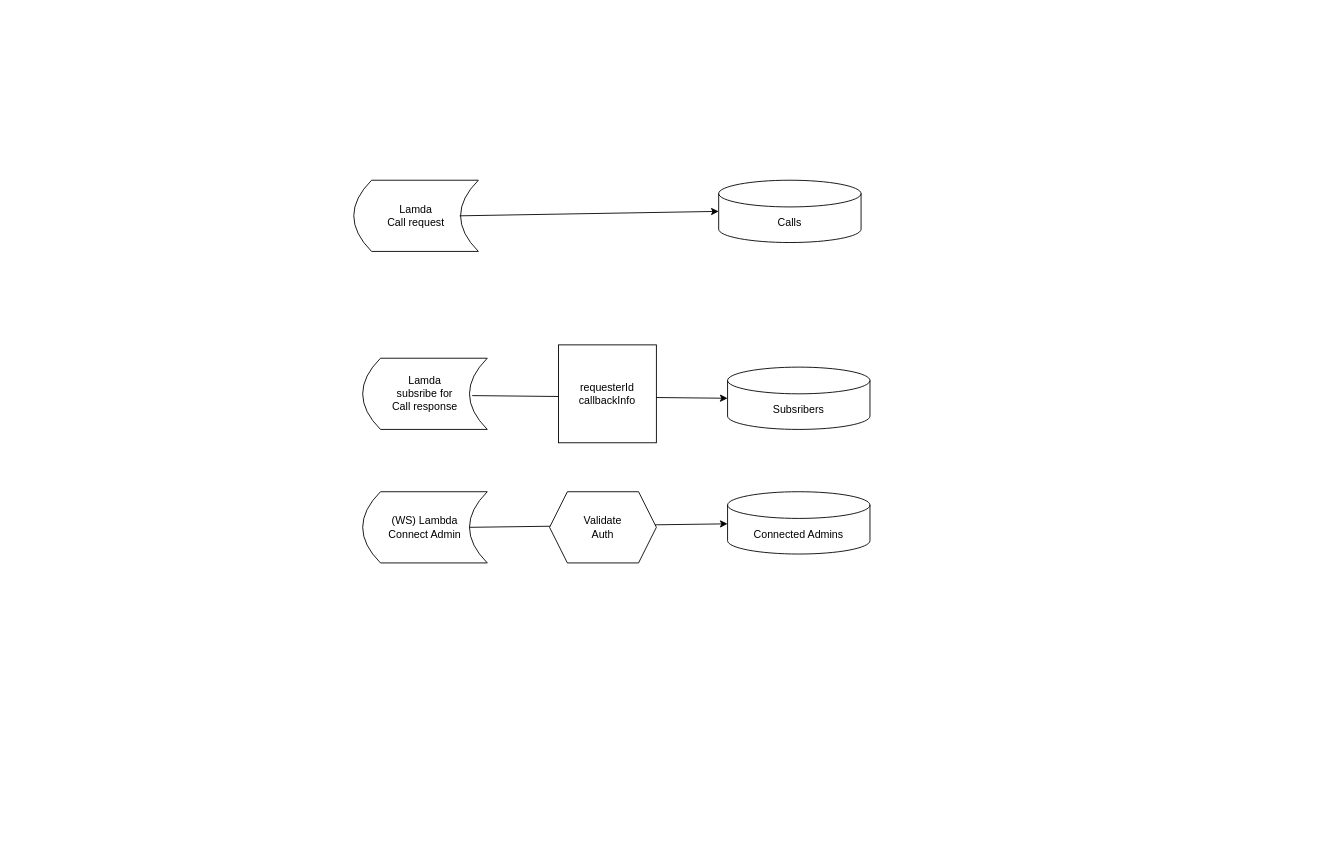
Earlier version of the draw.io diagram CallArchitecture.drawio (magistrser/drawio). Source tidied: cells renumbered, new cells numbered last; positions are measured from the earlier drawing's top-left corner, leaving out a move shared by most shapes. Both pictures are drawn from the tidied source at 89%, with x=0, y=0 at pixel (353, 180).
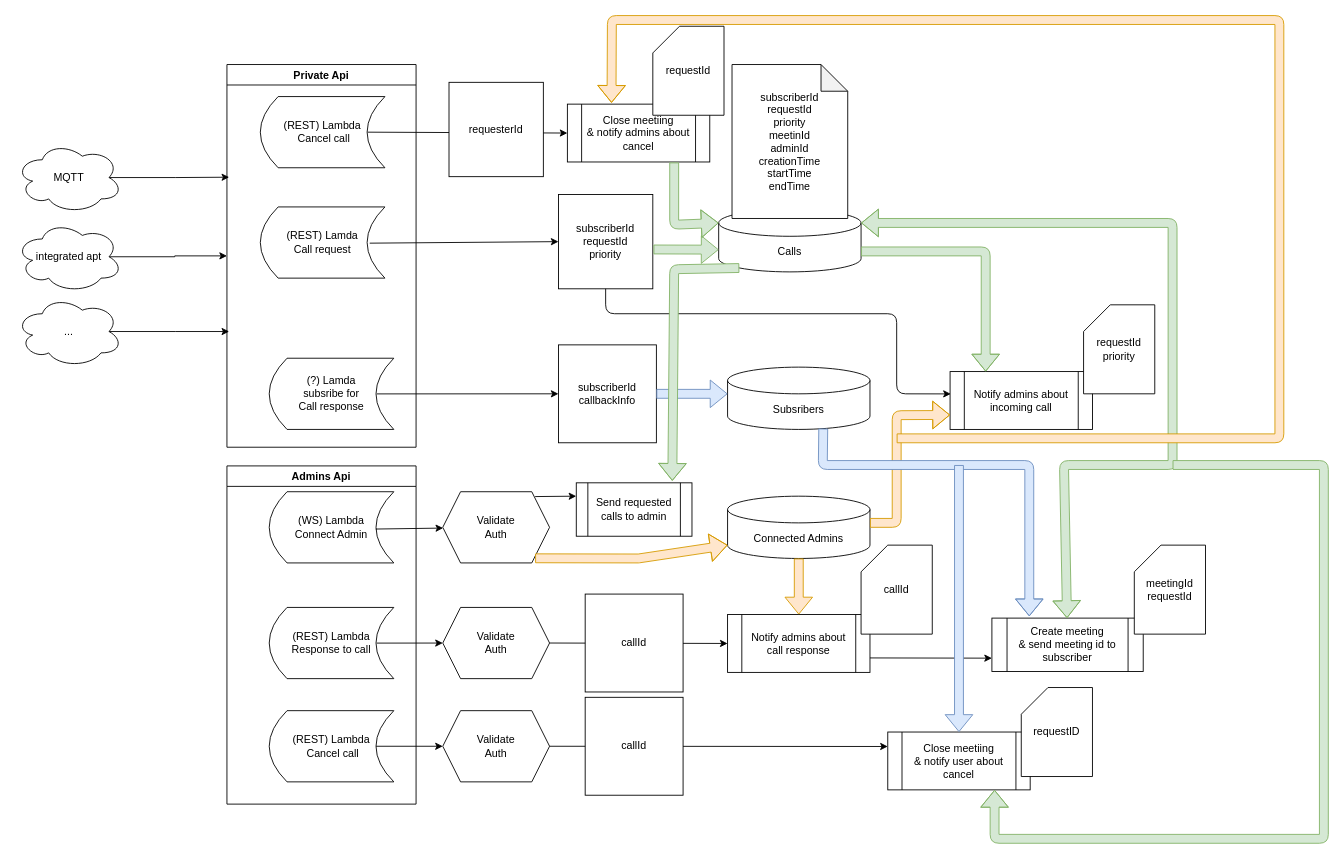
The same page after the edit.

Unchanged cells that the change refers to:
```xml
<mxCell id="3" value="Subsribers" style="shape=cylinder3;whiteSpace=wrap;html=1;boundedLbl=1;backgroundOutline=1;size=15;" parent="1" vertex="1">
  <mxGeometry x="420" y="210" width="160" height="70" as="geometry" />
</mxCell>
```

What changed in the source:
```diff
@@
     <mxCell id="2" value="Connected Admins" style="shape=cylinder3;whiteSpace=wrap;html=1;boundedLbl=1;backgroundOutline=1;size=15;" parent="1" vertex="1">
-      <mxGeometry x="420" y="350" width="160" height="70" as="geometry" />
+      <mxGeometry x="420" y="355" width="160" height="70" as="geometry" />
     </mxCell>
@@
     <mxCell id="4" value="Calls" style="shape=cylinder3;whiteSpace=wrap;html=1;boundedLbl=1;backgroundOutline=1;size=15;" parent="1" vertex="1">
-      <mxGeometry x="410" width="160" height="70" as="geometry" />
+      <mxGeometry x="410" y="33" width="160" height="70" as="geometry" />
     </mxCell>
     <mxCell id="5" value="(WS) Lambda&lt;br&gt;Connect Admin" style="shape=dataStorage;whiteSpace=wrap;html=1;fixedSize=1;" parent="1" vertex="1">
-      <mxGeometry x="10" y="350" width="140" height="80" as="geometry" />
+      <mxGeometry x="-95" y="350" width="140" height="80" as="geometry" />
     </mxCell>
-    <mxCell id="6" style="endArrow=classic;html=1;" parent="1" edge="1" target="2">
-      <mxGeometry relative="1" as="geometry">
-        <mxPoint x="130" y="390" as="sourcePoint" />
-      </mxGeometry>
-    </mxCell>
-    <mxCell id="7" value="Lamda&lt;br&gt;subsribe for&lt;br&gt;Call response" style="shape=dataStorage;whiteSpace=wrap;html=1;fixedSize=1;" parent="1" vertex="1">
-      <mxGeometry x="10" y="200" width="140" height="80" as="geometry" />
+    <mxCell id="7" value="(?) Lamda&lt;br&gt;subsribe for&lt;br&gt;Call response" style="shape=dataStorage;whiteSpace=wrap;html=1;fixedSize=1;" parent="1" vertex="1">
+      <mxGeometry x="-95" y="200" width="140" height="80" as="geometry" />
     </mxCell>
-    <mxCell id="8" style="endArrow=classic;html=1;exitX=0.879;exitY=0.525;exitDx=0;exitDy=0;exitPerimeter=0;entryX=0;entryY=0.5;entryDx=0;entryDy=0;entryPerimeter=0;" parent="1" edge="1" source="7" target="3">
-      <mxGeometry relative="1" as="geometry" />
-    </mxCell>
-    <mxCell id="9" value="requesterId&lt;br&gt;callbackInfo" style="whiteSpace=wrap;html=1;" parent="1" vertex="1">
+    <mxCell id="9" value="subscriberId&lt;br&gt;callbackInfo" style="whiteSpace=wrap;html=1;" parent="1" vertex="1">
       <mxGeometry x="230" y="185" width="110" height="110" as="geometry" />
     </mxCell>
     <mxCell id="10" value="Validate&lt;br&gt;Auth" style="shape=hexagon;perimeter=hexagonPerimeter2;whiteSpace=wrap;html=1;fixedSize=1;" parent="1" vertex="1">
-      <mxGeometry x="220" y="350" width="120" height="80" as="geometry" />
+      <mxGeometry x="100" y="350" width="120" height="80" as="geometry" />
     </mxCell>
-    <mxCell id="11" value="Lamda&lt;br&gt;Call request" style="shape=dataStorage;whiteSpace=wrap;html=1;fixedSize=1;" parent="1" vertex="1">
-      <mxGeometry width="140" height="80" as="geometry" />
+    <mxCell id="11" value="(REST) Lamda&lt;br&gt;Call request" style="shape=dataStorage;whiteSpace=wrap;html=1;fixedSize=1;" parent="1" vertex="1">
+      <mxGeometry x="-105" y="30" width="140" height="80" as="geometry" />
     </mxCell>
-    <mxCell id="12" style="endArrow=classic;html=1;entryX=0;entryY=0.5;entryDx=0;entryDy=0;entryPerimeter=0;exitX=0.85;exitY=0.5;exitDx=0;exitDy=0;exitPerimeter=0;" parent="1" edge="1" source="11" target="4">
-      <mxGeometry relative="1" as="geometry" />
-    </mxCell>
+    <mxCell id="13" value="Private Api" style="swimlane;" parent="1" vertex="1">
+      <mxGeometry x="-142.5" y="-130" width="212.5" height="430" as="geometry" />
+    </mxCell>
+    <mxCell id="14" value="(REST) Lambda&lt;br&gt;&amp;nbsp;Cancel call" style="shape=dataStorage;whiteSpace=wrap;html=1;fixedSize=1;" parent="13" vertex="1">
+      <mxGeometry x="37.5" y="36" width="140" height="80" as="geometry" />
+    </mxCell>
+    <mxCell id="15" value="subscriberId&lt;br&gt;requestId&lt;br&gt;priority" style="whiteSpace=wrap;html=1;" parent="1" vertex="1">
+      <mxGeometry x="230" y="16" width="106" height="106" as="geometry" />
+    </mxCell>
+    <mxCell id="16" value="Notify admins about incoming call" style="shape=process;whiteSpace=wrap;html=1;backgroundOutline=1;fillColor=#ffffff;" parent="1" vertex="1">
+      <mxGeometry x="670" y="215" width="160" height="65" as="geometry" />
+    </mxCell>
+    <mxCell id="17" style="endArrow=classic;html=1;entryX=0.005;entryY=0.386;entryDx=0;entryDy=0;exitX=0.5;exitY=1;exitDx=0;exitDy=0;entryPerimeter=0;" parent="1" edge="1" target="16">
+      <mxGeometry relative="1" as="geometry">
+        <mxPoint x="283" y="122" as="sourcePoint" />
+        <Array as="points">
+          <mxPoint x="283" y="150" />
+          <mxPoint x="610" y="150" />
+          <mxPoint x="610" y="240" />
+        </Array>
+      </mxGeometry>
+    </mxCell>
+    <mxCell id="18" style="shape=flexArrow;endArrow=classic;html=1;entryX=0;entryY=0.75;entryDx=0;entryDy=0;fillColor=#ffe6cc;strokeColor=#d79b00;" parent="1" edge="1" target="16">
+      <mxGeometry relative="1" as="geometry">
+        <mxPoint x="580" y="385" as="sourcePoint" />
+        <Array as="points">
+          <mxPoint x="610" y="385" />
+          <mxPoint x="610" y="264" />
+        </Array>
+      </mxGeometry>
+    </mxCell>
+    <mxCell id="19" value="(REST) Lambda&lt;br&gt;Response to call" style="shape=dataStorage;whiteSpace=wrap;html=1;fixedSize=1;" parent="1" vertex="1">
+      <mxGeometry x="-95" y="480" width="140" height="80" as="geometry" />
+    </mxCell>
+    <mxCell id="20" value="Validate&lt;br&gt;Auth" style="shape=hexagon;perimeter=hexagonPerimeter2;whiteSpace=wrap;html=1;fixedSize=1;" parent="1" vertex="1">
+      <mxGeometry x="100" y="480" width="120" height="80" as="geometry" />
+    </mxCell>
+    <mxCell id="21" style="shape=flexArrow;endArrow=classic;html=1;exitX=1;exitY=0.5;exitDx=0;exitDy=0;fillColor=#dae8fc;strokeColor=#6c8ebf;" parent="1" edge="1" source="9">
+      <mxGeometry relative="1" as="geometry">
+        <mxPoint x="420" y="240" as="targetPoint" />
+      </mxGeometry>
+    </mxCell>
+    <mxCell id="22" style="endArrow=classic;html=1;exitX=0.863;exitY=0.501;exitDx=0;exitDy=0;exitPerimeter=0;entryX=0;entryY=0.5;entryDx=0;entryDy=0;" parent="1" edge="1" source="7" target="9">
+      <mxGeometry relative="1" as="geometry" />
+    </mxCell>
+    <mxCell id="23" style="endArrow=classic;html=1;entryX=0;entryY=0.5;entryDx=0;entryDy=0;exitX=0.878;exitY=0.509;exitDx=0;exitDy=0;exitPerimeter=0;" parent="1" edge="1" source="11" target="15">
+      <mxGeometry relative="1" as="geometry" />
+    </mxCell>
+    <mxCell id="24" style="endArrow=classic;html=1;exitX=0.855;exitY=0.524;exitDx=0;exitDy=0;exitPerimeter=0;" parent="1" edge="1" source="5" target="10">
+      <mxGeometry relative="1" as="geometry" />
+    </mxCell>
+    <mxCell id="25" style="shape=flexArrow;endArrow=classic;html=1;exitX=0.865;exitY=0.935;exitDx=0;exitDy=0;entryX=0;entryY=1;entryDx=0;entryDy=-15;entryPerimeter=0;fillColor=#ffe6cc;strokeColor=#d79b00;exitPerimeter=0;" parent="1" edge="1" source="10" target="2">
+      <mxGeometry relative="1" as="geometry">
+        <Array as="points">
+          <mxPoint x="320" y="425" />
+        </Array>
+      </mxGeometry>
+    </mxCell>
+    <mxCell id="26" style="endArrow=classic;html=1;exitX=0.863;exitY=0.501;exitDx=0;exitDy=0;exitPerimeter=0;" parent="1" edge="1" source="19" target="20">
+      <mxGeometry relative="1" as="geometry" />
+    </mxCell>
+    <mxCell id="27" value="Notify admins about call response" style="shape=process;whiteSpace=wrap;html=1;backgroundOutline=1;fillColor=#ffffff;" parent="1" vertex="1">
+      <mxGeometry x="420" y="488" width="160" height="65" as="geometry" />
+    </mxCell>
+    <mxCell id="28" style="shape=flexArrow;endArrow=classic;html=1;entryX=0.5;entryY=0;entryDx=0;entryDy=0;exitX=0.5;exitY=1;exitDx=0;exitDy=0;exitPerimeter=0;fillColor=#ffe6cc;strokeColor=#d79b00;" parent="1" edge="1" source="2" target="27">
+      <mxGeometry relative="1" as="geometry" />
+    </mxCell>
+    <mxCell id="29" style="endArrow=classic;html=1;exitX=1;exitY=0.5;exitDx=0;exitDy=0;entryX=0;entryY=0.5;entryDx=0;entryDy=0;" parent="1" edge="1" source="20" target="27">
+      <mxGeometry relative="1" as="geometry" />
+    </mxCell>
+    <mxCell id="30" style="shape=flexArrow;endArrow=classic;html=1;entryX=0;entryY=0;entryDx=0;entryDy=45;entryPerimeter=0;exitX=1.007;exitY=0.583;exitDx=0;exitDy=0;exitPerimeter=0;fillColor=#d5e8d4;strokeColor=#82b366;" parent="1" edge="1" source="15" target="4">
+      <mxGeometry relative="1" as="geometry" />
+    </mxCell>
+    <mxCell id="31" value="requestId&lt;br&gt;priority" style="shape=card;whiteSpace=wrap;html=1;fillColor=#ffffff;" parent="1" vertex="1">
+      <mxGeometry x="820" y="140" width="80" height="100" as="geometry" />
+    </mxCell>
+    <mxCell id="32" value="callId" style="shape=card;whiteSpace=wrap;html=1;fillColor=#ffffff;" parent="1" vertex="1">
+      <mxGeometry x="570" y="410" width="80" height="100" as="geometry" />
+    </mxCell>
+    <mxCell id="33" style="shape=flexArrow;endArrow=classic;html=1;entryX=0.25;entryY=0;entryDx=0;entryDy=0;fillColor=#d5e8d4;strokeColor=#82b366;" parent="1" edge="1" target="16">
+      <mxGeometry relative="1" as="geometry">
+        <mxPoint x="570" y="80" as="sourcePoint" />
+        <Array as="points">
+          <mxPoint x="710" y="80" />
+        </Array>
+      </mxGeometry>
+    </mxCell>
+    <mxCell id="34" value="Create meeting&lt;br&gt;&amp;amp; send meeting id to subscriber" style="shape=process;whiteSpace=wrap;html=1;backgroundOutline=1;fillColor=#ffffff;" parent="1" vertex="1">
+      <mxGeometry x="717" y="492" width="170" height="60" as="geometry" />
+    </mxCell>
+    <mxCell id="35" value="callId" style="whiteSpace=wrap;html=1;" parent="1" vertex="1">
+      <mxGeometry x="260" y="465" width="110" height="110" as="geometry" />
+    </mxCell>
+    <mxCell id="36" style="endArrow=classic;html=1;exitX=1;exitY=0.75;exitDx=0;exitDy=0;entryX=0;entryY=0.75;entryDx=0;entryDy=0;" parent="1" edge="1" source="27" target="34">
+      <mxGeometry relative="1" as="geometry" />
+    </mxCell>
+    <mxCell id="37" style="shape=flexArrow;endArrow=classic;startArrow=classic;html=1;entryX=1;entryY=0;entryDx=0;entryDy=15;entryPerimeter=0;fillColor=#d5e8d4;strokeColor=#82b366;" parent="1" edge="1" source="34" target="4">
+      <mxGeometry relative="1" as="geometry">
+        <Array as="points">
+          <mxPoint x="798" y="320" />
+          <mxPoint x="920" y="320" />
+          <mxPoint x="920" y="48" />
+        </Array>
+      </mxGeometry>
+    </mxCell>
+    <mxCell id="38" style="shape=flexArrow;endArrow=classic;html=1;exitX=0.678;exitY=0.985;exitDx=0;exitDy=0;exitPerimeter=0;fillColor=#dae8fc;strokeColor=#6c8ebf;" parent="1" edge="1">
+      <mxGeometry relative="1" as="geometry">
+        <mxPoint x="527.5" y="279" as="sourcePoint" />
+        <mxPoint x="759" y="490" as="targetPoint" />
+        <Array as="points">
+          <mxPoint x="527" y="320" />
+          <mxPoint x="759" y="320" />
+        </Array>
+      </mxGeometry>
+    </mxCell>
+    <mxCell id="39" value="subscriberId&lt;br&gt;requestId&lt;br&gt;priority&lt;br&gt;meetinId&lt;br&gt;adminId&lt;br&gt;creationTime&lt;br&gt;startTime&lt;br&gt;endTime" style="shape=note;whiteSpace=wrap;html=1;backgroundOutline=1;darkOpacity=0.05;fillColor=#ffffff;" parent="1" vertex="1">
+      <mxGeometry x="425" y="-130" width="130" height="173" as="geometry" />
+    </mxCell>
+    <mxCell id="40" value="meetingId&lt;br&gt;requestId" style="shape=card;whiteSpace=wrap;html=1;fillColor=#ffffff;" parent="1" vertex="1">
+      <mxGeometry x="877" y="410" width="80" height="100" as="geometry" />
+    </mxCell>
+    <mxCell id="41" value="Close meetiing&lt;br&gt;&amp;amp; notify user about&lt;br&gt;cancel" style="shape=process;whiteSpace=wrap;html=1;backgroundOutline=1;fillColor=#ffffff;" parent="1" vertex="1">
+      <mxGeometry x="600" y="620" width="160" height="65" as="geometry" />
+    </mxCell>
+    <mxCell id="42" value="Admins Api" style="swimlane;fillColor=#ffffff;" parent="1" vertex="1">
+      <mxGeometry x="-142.5" y="321" width="212.5" height="380" as="geometry" />
+    </mxCell>
+    <mxCell id="43" value="(REST) Lambda&lt;br&gt;&amp;nbsp;Cancel call" style="shape=dataStorage;whiteSpace=wrap;html=1;fixedSize=1;" parent="42" vertex="1">
+      <mxGeometry x="47.5" y="275" width="140" height="80" as="geometry" />
+    </mxCell>
+    <mxCell id="44" style="endArrow=classic;html=1;entryX=0;entryY=0.5;entryDx=0;entryDy=0;" parent="1" edge="1" target="47">
+      <mxGeometry relative="1" as="geometry">
+        <mxPoint x="25" y="636" as="sourcePoint" />
+      </mxGeometry>
+    </mxCell>
+    <mxCell id="45" style="shape=flexArrow;endArrow=classic;html=1;entryX=0.5;entryY=0;entryDx=0;entryDy=0;fillColor=#dae8fc;strokeColor=#6c8ebf;" parent="1" edge="1" target="41">
+      <mxGeometry relative="1" as="geometry">
+        <mxPoint x="680" y="320" as="sourcePoint" />
+      </mxGeometry>
+    </mxCell>
+    <mxCell id="46" value="requestID" style="shape=card;whiteSpace=wrap;html=1;fillColor=#ffffff;" parent="1" vertex="1">
+      <mxGeometry x="750" y="570" width="80" height="100" as="geometry" />
+    </mxCell>
+    <mxCell id="47" value="Validate&lt;br&gt;Auth" style="shape=hexagon;perimeter=hexagonPerimeter2;whiteSpace=wrap;html=1;fixedSize=1;" parent="1" vertex="1">
+      <mxGeometry x="100" y="596" width="120" height="80" as="geometry" />
+    </mxCell>
+    <mxCell id="48" style="endArrow=classic;html=1;exitX=1;exitY=0.5;exitDx=0;exitDy=0;entryX=0;entryY=0.25;entryDx=0;entryDy=0;" parent="1" edge="1" source="47" target="41">
+      <mxGeometry relative="1" as="geometry" />
+    </mxCell>
+    <mxCell id="49" value="callId" style="whiteSpace=wrap;html=1;" parent="1" vertex="1">
+      <mxGeometry x="260" y="581" width="110" height="110" as="geometry" />
+    </mxCell>
+    <mxCell id="50" style="shape=flexArrow;endArrow=classic;html=1;entryX=0.75;entryY=1;entryDx=0;entryDy=0;fillColor=#d5e8d4;strokeColor=#82b366;" parent="1" edge="1" target="41">
+      <mxGeometry relative="1" as="geometry">
+        <mxPoint x="920" y="320" as="sourcePoint" />
+        <Array as="points">
+          <mxPoint x="1090" y="320" />
+          <mxPoint x="1090" y="740" />
+          <mxPoint x="720" y="740" />
+        </Array>
+      </mxGeometry>
+    </mxCell>
+    <mxCell id="51" style="endArrow=classic;html=1;exitX=0.861;exitY=0.5;exitDx=0;exitDy=0;exitPerimeter=0;entryX=0;entryY=0.5;entryDx=0;entryDy=0;" parent="1" edge="1" source="14" target="52">
+      <mxGeometry relative="1" as="geometry" />
+    </mxCell>
+    <mxCell id="52" value="Close meetiing&lt;br&gt;&amp;amp; notify admins about&lt;br&gt;cancel" style="shape=process;whiteSpace=wrap;html=1;backgroundOutline=1;fillColor=#ffffff;" parent="1" vertex="1">
+      <mxGeometry x="240" y="-85.5" width="160" height="65" as="geometry" />
+    </mxCell>
+    <mxCell id="53" value="requesterId" style="whiteSpace=wrap;html=1;" parent="1" vertex="1">
+      <mxGeometry x="107" y="-110" width="106" height="106" as="geometry" />
+    </mxCell>
+    <mxCell id="54" style="shape=flexArrow;endArrow=classic;html=1;entryX=0;entryY=0;entryDx=0;entryDy=15;entryPerimeter=0;fillColor=#d5e8d4;strokeColor=#82b366;" parent="1" edge="1" target="4">
+      <mxGeometry relative="1" as="geometry">
+        <mxPoint x="360" y="-20" as="sourcePoint" />
+        <Array as="points">
+          <mxPoint x="360" y="50" />
+        </Array>
+      </mxGeometry>
+    </mxCell>
+    <mxCell id="55" style="shape=flexArrow;endArrow=classic;html=1;entryX=0.31;entryY=-0.022;entryDx=0;entryDy=0;entryPerimeter=0;fillColor=#ffe6cc;strokeColor=#d79b00;" parent="1" edge="1" target="52">
+      <mxGeometry relative="1" as="geometry">
+        <mxPoint x="610" y="290" as="sourcePoint" />
+        <Array as="points">
+          <mxPoint x="1040" y="290" />
+          <mxPoint x="1040" y="-180" />
+          <mxPoint x="290" y="-180" />
+        </Array>
+      </mxGeometry>
+    </mxCell>
+    <mxCell id="56" value="requestId" style="shape=card;whiteSpace=wrap;html=1;fillColor=#ffffff;" parent="1" vertex="1">
+      <mxGeometry x="336" y="-173" width="80" height="100" as="geometry" />
+    </mxCell>
+    <mxCell id="57" style="edgeStyle=orthogonalEdgeStyle;rounded=0;jettySize=auto;html=1;exitX=0.875;exitY=0.5;exitDx=0;exitDy=0;exitPerimeter=0;" parent="1" edge="1" source="58">
+      <mxGeometry relative="1" as="geometry">
+        <mxPoint x="-140" y="-3.4" as="targetPoint" />
+      </mxGeometry>
+    </mxCell>
+    <mxCell id="58" value="MQTT" style="ellipse;shape=cloud;whiteSpace=wrap;html=1;fillColor=#ffffff;" parent="1" vertex="1">
+      <mxGeometry x="-380" y="-43" width="120" height="80" as="geometry" />
+    </mxCell>
+    <mxCell id="59" style="edgeStyle=orthogonalEdgeStyle;rounded=0;jettySize=auto;html=1;exitX=0.875;exitY=0.5;exitDx=0;exitDy=0;exitPerimeter=0;entryX=0;entryY=0.5;entryDx=0;entryDy=0;" parent="1" edge="1" source="60" target="13">
+      <mxGeometry relative="1" as="geometry" />
+    </mxCell>
+    <mxCell id="60" value="integrated apt" style="ellipse;shape=cloud;whiteSpace=wrap;html=1;fillColor=#ffffff;" parent="1" vertex="1">
+      <mxGeometry x="-380" y="46" width="120" height="80" as="geometry" />
+    </mxCell>
+    <mxCell id="61" style="edgeStyle=orthogonalEdgeStyle;rounded=0;jettySize=auto;html=1;exitX=0.875;exitY=0.5;exitDx=0;exitDy=0;exitPerimeter=0;" parent="1" edge="1" source="62">
+      <mxGeometry relative="1" as="geometry">
+        <mxPoint x="-140" y="170" as="targetPoint" />
+      </mxGeometry>
+    </mxCell>
+    <mxCell id="62" value="..." style="ellipse;shape=cloud;whiteSpace=wrap;html=1;fillColor=#ffffff;" parent="1" vertex="1">
+      <mxGeometry x="-380" y="130" width="120" height="80" as="geometry" />
+    </mxCell>
+    <mxCell id="63" value="Send requested calls to admin" style="shape=process;whiteSpace=wrap;html=1;backgroundOutline=1;fillColor=#ffffff;" parent="1" vertex="1">
+      <mxGeometry x="250" y="340" width="130" height="60" as="geometry" />
+    </mxCell>
+    <mxCell id="64" style="endArrow=classic;html=1;exitX=0.865;exitY=0.068;exitDx=0;exitDy=0;entryX=0;entryY=0.25;entryDx=0;entryDy=0;exitPerimeter=0;" parent="1" edge="1" source="10" target="63">
+      <mxGeometry relative="1" as="geometry" />
+    </mxCell>
+    <mxCell id="65" style="shape=flexArrow;endArrow=classic;html=1;exitX=0.145;exitY=1;exitDx=0;exitDy=-4.35;exitPerimeter=0;entryX=0.83;entryY=-0.037;entryDx=0;entryDy=0;entryPerimeter=0;fillColor=#d5e8d4;strokeColor=#82b366;" parent="1" edge="1" source="4" target="63">
+      <mxGeometry relative="1" as="geometry">
+        <Array as="points">
+          <mxPoint x="360" y="100" />
+        </Array>
+      </mxGeometry>
+    </mxCell>
```
